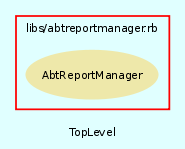
The Graphviz diagram src/trunk/doc/dot/f_2.png in eschabell/abtlinux, before a commit. Its source is kept beside it as src/trunk/doc/dot/f_2.dot.
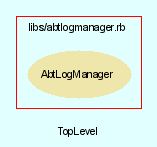
Later version of the same file.

Change to the diagram source:
```diff
@@ -13,14 +13,14 @@
     subgraph cluster_3 {
         fontname = Arial
         color = red
-        label = "libs/abtreportmanager.rb"
-        AbtReportManager [
+        label = "libs/abtlogmanager.rb"
+        AbtLogManager [
             fontcolor = black,
-            URL = "classes/AbtReportManager.html",
+            URL = "classes/AbtLogManager.html",
             shape = ellipse,
             color = palegoldenrod,
             style = filled,
-            label = "AbtReportManager"
+            label = "AbtLogManager"
         ]
 
     }
```
